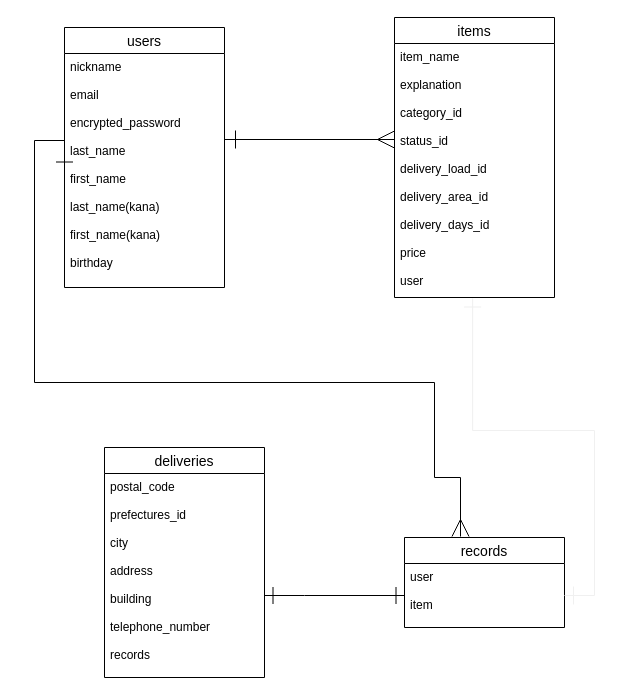
Above: db/text.dio in gnggng55/furima-36987 (draw.io), before the change. Source tidied: cells renumbered, new cells numbered last; positions are measured from the earlier drawing's top-left corner, leaving out a move shared by most shapes. Both pictures are drawn from the tidied source at 100%, with x=0, y=0 at pixel (34, 17).
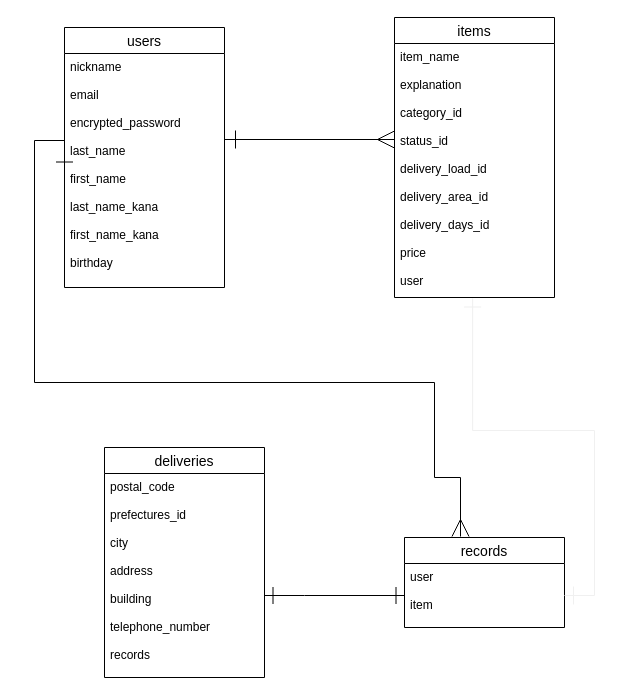
Above is the later version.

Commit message (it also covers changes not shown here):
ER図作成・README作成（修正の修正）

The change refers to these unchanged cells:
```xml
<mxCell id="2" value="users" style="swimlane;fontStyle=0;horizontal=1;startSize=26;align=center;fontSize=14;" parent="1" vertex="1">
  <mxGeometry x="30" y="10" width="160" height="260" as="geometry" />
</mxCell>
```

Change to the diagram source:
```diff
@@
-    <mxCell id="3" value="nickname&#10;&#10;email&#10;&#10;encrypted_password&#10;&#10;last_name&#10;&#10;first_name&#10;&#10;last_name(kana)&#10;&#10;first_name(kana)&#10;&#10;birthday&#10;" style="text;strokeColor=none;fillColor=none;spacingLeft=4;spacingRight=4;overflow=hidden;points=[[0,0.5],[1,0.5]];portConstraint=eastwest;fontSize=12;" parent="2" vertex="1">
+    <mxCell id="3" value="nickname&#10;&#10;email&#10;&#10;encrypted_password&#10;&#10;last_name&#10;&#10;first_name&#10;&#10;last_name_kana&#10;&#10;first_name_kana&#10;&#10;birthday&#10;" style="text;strokeColor=none;fillColor=none;spacingLeft=4;spacingRight=4;overflow=hidden;points=[[0,0.5],[1,0.5]];portConstraint=eastwest;fontSize=12;" parent="2" vertex="1">
       <mxGeometry y="26" width="160" height="234" as="geometry" />
     </mxCell>
```
